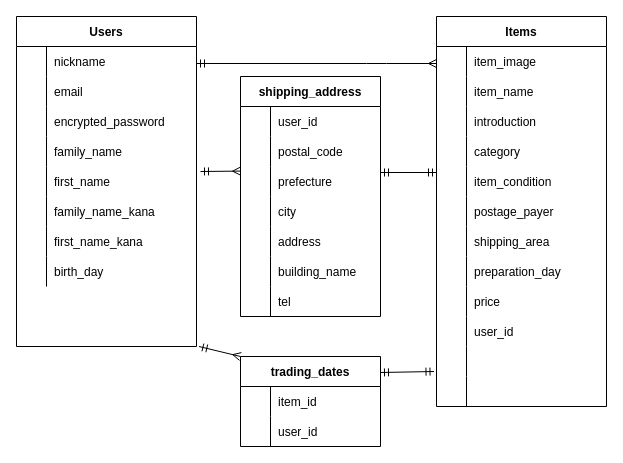
The draw.io diagram furima.dio in CKougami/furima-37663, before the edit. Source tidied: cells renumbered, new cells numbered last; positions are measured from the earlier drawing's top-left corner, leaving out a move shared by most shapes. Both pictures are drawn from the tidied source at 100%, with x=0, y=0 at pixel (16, 16).
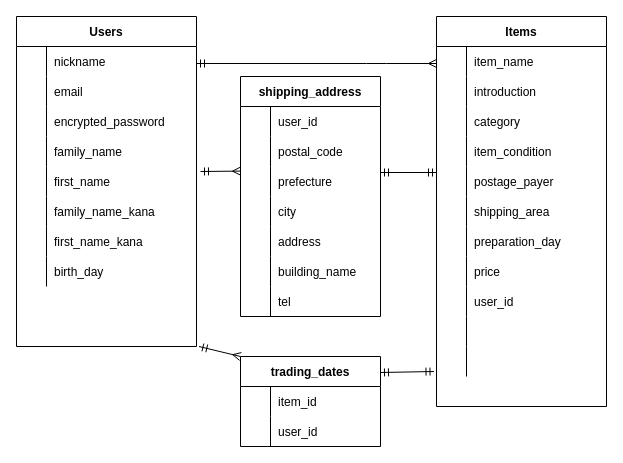
The same page after the edit.

Commit message (it also covers changes not shown here):
テーブル設計（items）

item_imageカラムを削除しました

The change refers to these unchanged cells:
```xml
<mxCell id="27" value="Items" style="shape=table;startSize=30;childLayout=tableLayout;rowLines=0;fontStyle=1;align=center;" parent="1" vertex="1">
  <mxGeometry x="420" width="170" height="390" as="geometry" />
</mxCell>
```

Change to the diagram source:
```diff
@@
-    <mxCell id="28" style="shape=partialRectangle;fillColor=none;top=0;left=0;bottom=0;right=0;" parent="27" vertex="1">
-      <mxGeometry y="30" width="170" height="30" as="geometry" />
-    </mxCell>
-    <mxCell id="29" style="shape=partialRectangle;fillColor=none;top=0;left=0;bottom=0;right=0;overflow=hidden;" parent="28" vertex="1">
-      <mxGeometry width="30" height="30" as="geometry" />
-    </mxCell>
-    <mxCell id="30" value="item_image" style="shape=partialRectangle;fillColor=none;top=0;left=0;bottom=0;right=0;align=left;spacingLeft=6;overflow=hidden;" parent="28" vertex="1">
-      <mxGeometry x="30" width="140" height="30" as="geometry" />
-    </mxCell>
     <mxCell id="31" style="shape=partialRectangle;fillColor=none;top=0;left=0;bottom=0;right=0;" parent="27" vertex="1">
-      <mxGeometry y="60" width="170" height="30" as="geometry" />
+      <mxGeometry y="30" width="170" height="30" as="geometry" />
     </mxCell>
@@
     <mxCell id="34" style="shape=partialRectangle;fillColor=none;top=0;left=0;bottom=0;right=0;" parent="27" vertex="1">
-      <mxGeometry y="90" width="170" height="30" as="geometry" />
+      <mxGeometry y="60" width="170" height="30" as="geometry" />
     </mxCell>
@@
     <mxCell id="37" style="shape=partialRectangle;fillColor=none;top=0;left=0;bottom=0;right=0;" parent="27" vertex="1">
-      <mxGeometry y="120" width="170" height="30" as="geometry" />
+      <mxGeometry y="90" width="170" height="30" as="geometry" />
     </mxCell>
@@
     <mxCell id="40" style="shape=partialRectangle;fillColor=none;top=0;left=0;bottom=0;right=0;" parent="27" vertex="1">
-      <mxGeometry y="150" width="170" height="30" as="geometry" />
+      <mxGeometry y="120" width="170" height="30" as="geometry" />
     </mxCell>
@@
     <mxCell id="43" style="shape=partialRectangle;fillColor=none;top=0;left=0;bottom=0;right=0;" parent="27" vertex="1">
-      <mxGeometry y="180" width="170" height="30" as="geometry" />
+      <mxGeometry y="150" width="170" height="30" as="geometry" />
     </mxCell>
@@
     <mxCell id="46" style="shape=partialRectangle;fillColor=none;top=0;left=0;bottom=0;right=0;" parent="27" vertex="1">
-      <mxGeometry y="210" width="170" height="30" as="geometry" />
+      <mxGeometry y="180" width="170" height="30" as="geometry" />
     </mxCell>
@@
     <mxCell id="49" style="shape=partialRectangle;fillColor=none;top=0;left=0;bottom=0;right=0;" parent="27" vertex="1">
-      <mxGeometry y="240" width="170" height="30" as="geometry" />
+      <mxGeometry y="210" width="170" height="30" as="geometry" />
     </mxCell>
@@
     <mxCell id="52" style="shape=partialRectangle;fillColor=none;top=0;left=0;bottom=0;right=0;" parent="27" vertex="1">
-      <mxGeometry y="270" width="170" height="30" as="geometry" />
+      <mxGeometry y="240" width="170" height="30" as="geometry" />
     </mxCell>
@@
     <mxCell id="55" style="shape=partialRectangle;fillColor=none;top=0;left=0;bottom=0;right=0;" parent="27" vertex="1">
-      <mxGeometry y="300" width="170" height="30" as="geometry" />
+      <mxGeometry y="270" width="170" height="30" as="geometry" />
     </mxCell>
@@
     <mxCell id="58" style="shape=partialRectangle;fillColor=none;top=0;left=0;bottom=0;right=0;" parent="27" vertex="1">
-      <mxGeometry y="330" width="170" height="30" as="geometry" />
+      <mxGeometry y="300" width="170" height="30" as="geometry" />
     </mxCell>
@@
     <mxCell id="61" style="shape=partialRectangle;fillColor=none;top=0;left=0;bottom=0;right=0;" parent="27" vertex="1">
-      <mxGeometry y="360" width="170" height="30" as="geometry" />
+      <mxGeometry y="330" width="170" height="30" as="geometry" />
     </mxCell>
```
